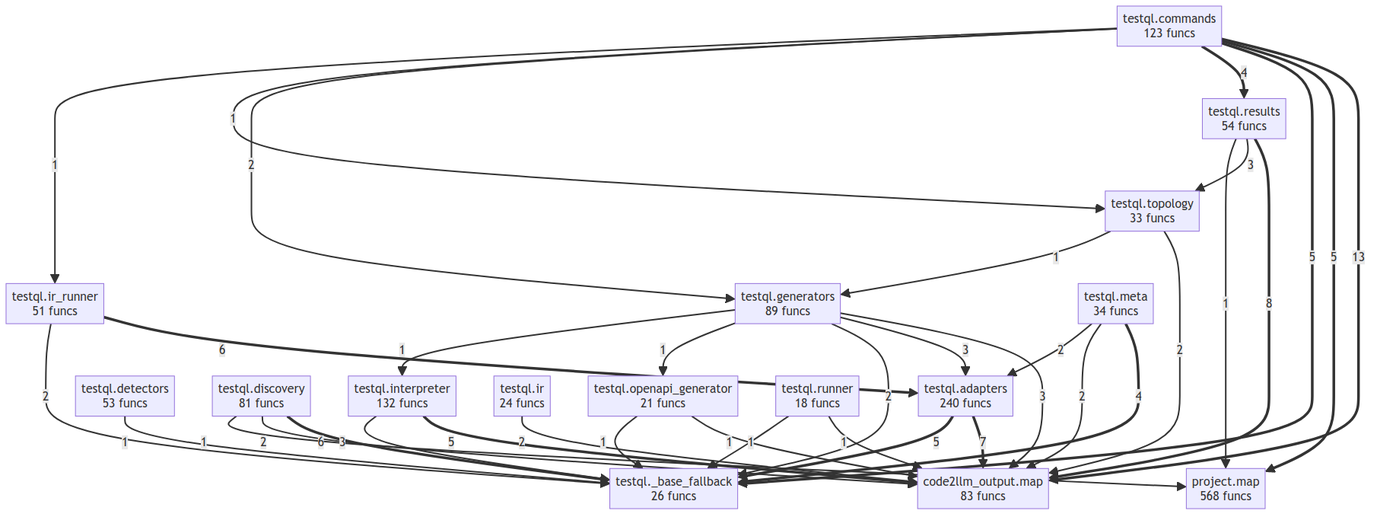
This is project/compact_flow.png from oqlos/testql, a Mermaid export, as it was before one commit. Its source is kept beside it as project/compact_flow.mmd.
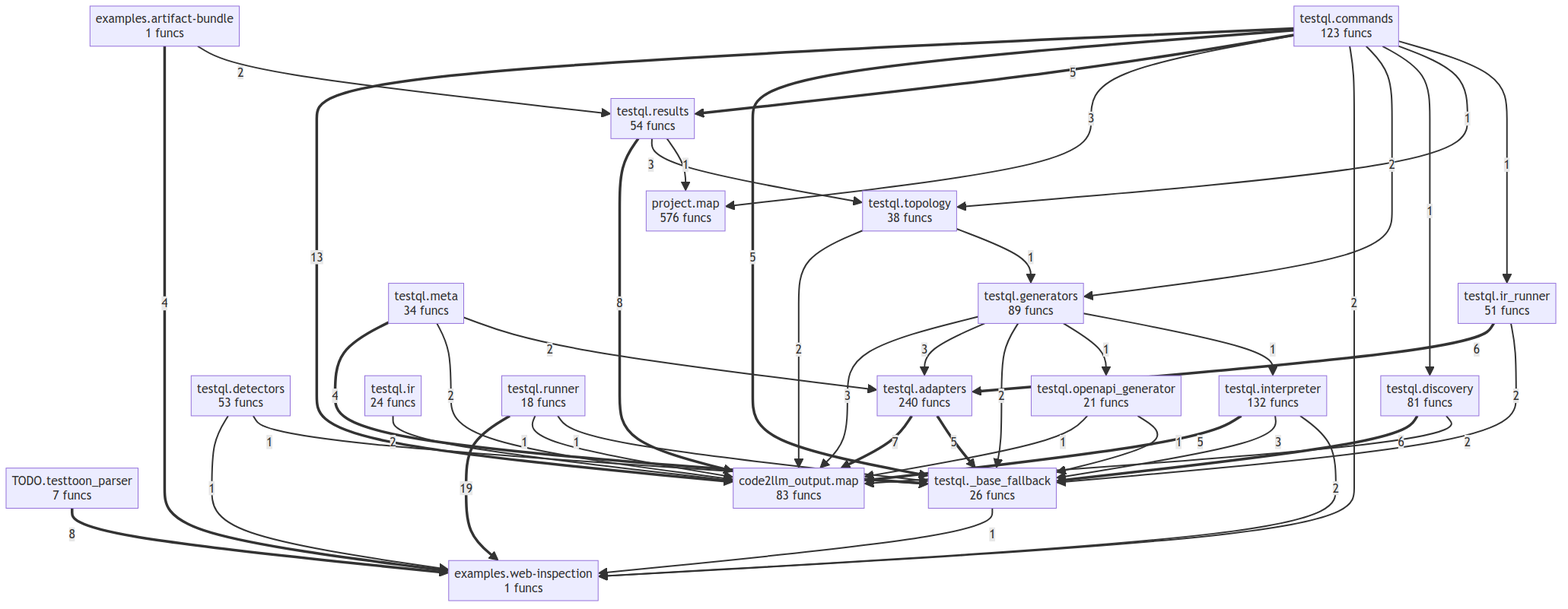
After the change.

The edit, as a diff of the source:
```diff
@@ -1,6 +1,9 @@
 flowchart TD
+    TODO__testtoon_parser["TODO.testtoon_parser<br/>7 funcs"]
     code2llm_output__map["code2llm_output.map<br/>83 funcs"]
-    project__map["project.map<br/>568 funcs"]
+    examples__artifact_bundle["examples.artifact-bundle<br/>1 funcs"]
+    examples__web_inspection["examples.web-inspection<br/>1 funcs"]
+    project__map["project.map<br/>576 funcs"]
     testql___base_fallback["testql._base_fallback<br/>26 funcs"]
     testql__adapters["testql.adapters<br/>240 funcs"]
     testql__commands["testql.commands<br/>123 funcs"]
@@ -14,23 +17,28 @@
     testql__openapi_generator["testql.openapi_generator<br/>21 funcs"]
     testql__results["testql.results<br/>54 funcs"]
     testql__runner["testql.runner<br/>18 funcs"]
-    testql__topology["testql.topology<br/>33 funcs"]
+    testql__topology["testql.topology<br/>38 funcs"]
+    testql__runner ==>|19| examples__web_inspection
     testql__commands ==>|13| code2llm_output__map
+    TODO__testtoon_parser ==>|8| examples__web_inspection
     testql__results ==>|8| code2llm_output__map
     testql__adapters ==>|7| code2llm_output__map
     testql__discovery ==>|6| testql___base_fallback
     testql__ir_runner ==>|6| testql__adapters
-    testql__commands ==>|5| project__map
     testql__commands ==>|5| testql___base_fallback
+    testql__commands ==>|5| testql__results
     testql__interpreter ==>|5| code2llm_output__map
     testql__adapters ==>|5| testql___base_fallback
     testql__meta ==>|4| testql___base_fallback
-    testql__commands ==>|4| testql__results
+    examples__artifact_bundle ==>|4| examples__web_inspection
+    testql__commands -->|3| project__map
     testql__interpreter -->|3| testql___base_fallback
     testql__results -->|3| testql__topology
     testql__generators -->|3| code2llm_output__map
     testql__generators -->|3| testql__adapters
+    testql__commands -->|2| examples__web_inspection
     testql__commands -->|2| testql__generators
+    testql__interpreter -->|2| examples__web_inspection
     testql__ir -->|2| code2llm_output__map
     testql__discovery -->|2| code2llm_output__map
     testql__generators -->|2| testql___base_fallback
@@ -38,15 +46,18 @@
     testql__meta -->|2| testql__adapters
     testql__ir_runner -->|2| testql___base_fallback
     testql__topology -->|2| code2llm_output__map
+    examples__artifact_bundle -->|2| testql__results
     testql__runner -->|1| code2llm_output__map
     testql__runner -->|1| testql___base_fallback
     testql__openapi_generator -->|1| code2llm_output__map
     testql__openapi_generator -->|1| testql___base_fallback
+    testql___base_fallback -->|1| examples__web_inspection
+    testql__commands -->|1| testql__discovery
     testql__commands -->|1| testql__topology
     testql__commands -->|1| testql__ir_runner
+    testql__results -->|1| project__map
     testql__generators -->|1| testql__openapi_generator
     testql__generators -->|1| testql__interpreter
+    testql__detectors -->|1| examples__web_inspection
     testql__detectors -->|1| testql___base_fallback
-    testql__discovery -->|1| project__map
-    testql__results -->|1| project__map
     testql__topology -->|1| testql__generators
```
